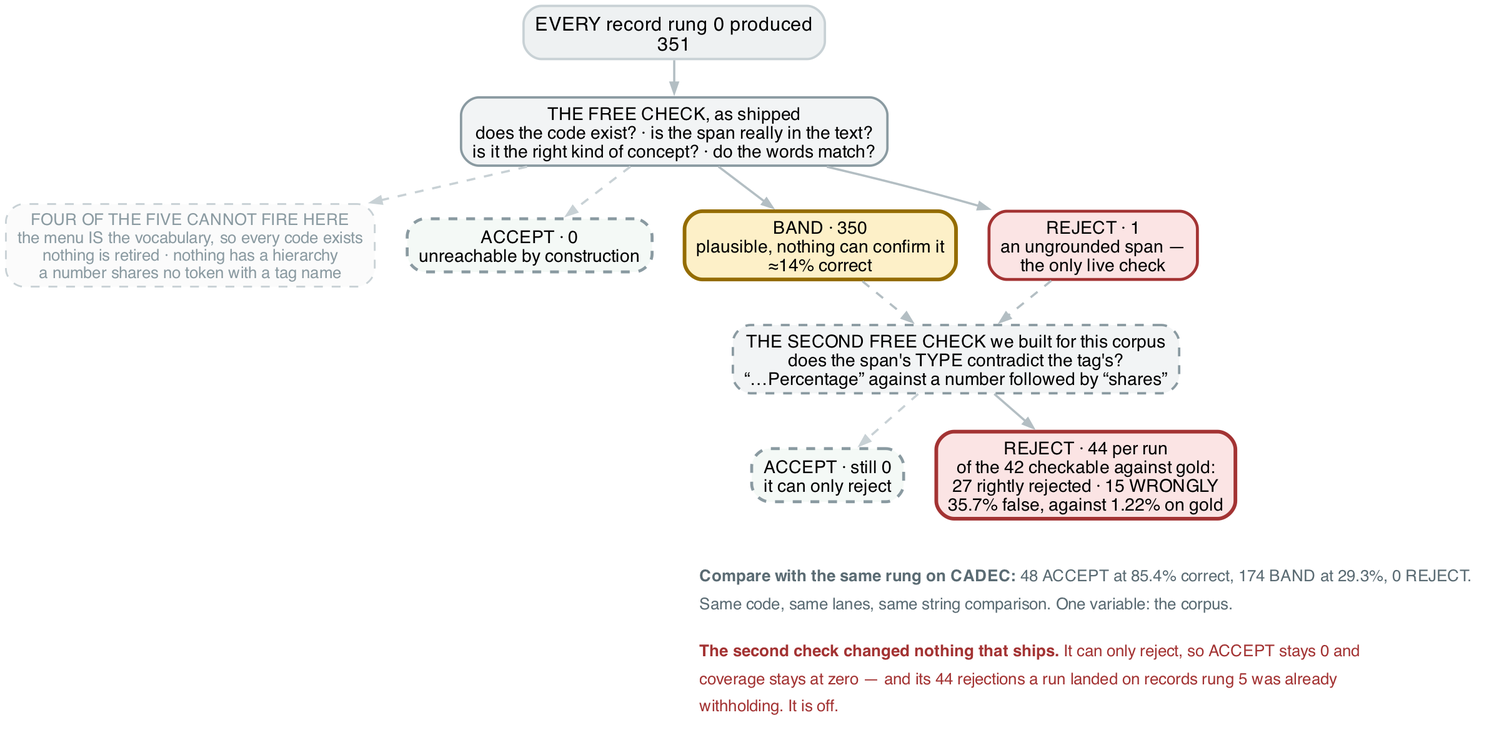
wbagais/reliability-ladder keeps this Graphviz diagram as docs/figures/fig15-rung1-finer.png. Above is the earlier version. Its source is kept beside it as docs/figures/fig15-rung1-finer.dot. Its diagram source:
```dot
digraph rung1_finer {
  rankdir=TB; bgcolor="white"; nodesep=0.30; ranksep=0.36;
  node [shape=box style="filled,rounded" fontname="Helvetica" fontsize=12
        color="#c8d1d5" penwidth=1.2];
  edge [color="#b3bec3" penwidth=1.5 arrowsize=0.7 fontname="Helvetica" fontsize=10];

  in [label="EVERY record rung 0 produced\n351" fillcolor="#eef1f2" fontsize=13 penwidth=1.6];

  chk [label="THE FREE CHECK, as shipped\ndoes the code exist? · is the span really in the text?\nis it the right kind of concept? · do the words match?"
       fillcolor="#f2f4f5" color="#8a9aa1" penwidth=1.6];
  vac [label="FOUR OF THE FIVE CANNOT FIRE HERE\nthe menu IS the vocabulary, so every code exists\nnothing is retired · nothing has a hierarchy\na number shares no token with a tag name"
       fillcolor="#fbfbfb" color="#c8d1d5" style="filled,rounded,dashed" fontcolor="#8a9aa1" fontsize=11];

  acc [label="ACCEPT · 0\nunreachable by construction" fillcolor="#f4f9f6" color="#8a9aa1"
       style="filled,rounded,dashed" penwidth=2];
  band[label="BAND · 350\nplausible, nothing can confirm it\n≈14% correct" fillcolor="#fdf0c8" color="#946c00" penwidth=2.5];
  rej [label="REJECT · 1\nan ungrounded span —\nthe only live check" fillcolor="#fbe4e4" color="#a33333" penwidth=2];

  add [label="THE SECOND FREE CHECK we built for this corpus\ndoes the span's TYPE contradict the tag's?\n“…Percentage” against a number followed by “shares”"
       fillcolor="#f2f4f5" color="#8a9aa1" penwidth=1.6 style="filled,rounded,dashed"];
  acc2[label="ACCEPT · still 0\nit can only reject" fillcolor="#f4f9f6" color="#8a9aa1"
       style="filled,rounded,dashed" penwidth=2];
  rej2[label="REJECT · 44 per run\nof the 42 checkable against gold:\n27 rightly rejected · 15 WRONGLY\n35.7% false, against 1.22% on gold"
       fillcolor="#fbe4e4" color="#a33333" penwidth=2.5];

  in -> chk; chk -> vac [style=dashed color="#c8d1d5"];
  chk -> acc [style=dashed color="#c8d1d5"]; chk -> band; chk -> rej;
  rej -> add [style=dashed]; band -> add [style=dashed];
  add -> acc2 [style=dashed color="#c8d1d5"]; add -> rej2;
  { rank=same; acc; band; rej }
  { rank=same; acc2; rej2 }

  note [shape=plaintext style="" fillcolor="white"
        label=<<TABLE BORDER="0" CELLBORDER="0" CELLSPACING="0" CELLPADDING="3">
        <TR><TD ALIGN="LEFT"><FONT POINT-SIZE="11" COLOR="#5a6b73"><B>Compare with the same rung on CADEC:</B> 48 ACCEPT at 85.4% correct, 174 BAND at 29.3%, 0 REJECT.</FONT></TD></TR>
        <TR><TD ALIGN="LEFT"><FONT POINT-SIZE="11" COLOR="#5a6b73">Same code, same lanes, same string comparison. One variable: the corpus.</FONT></TD></TR>
        <TR><TD ALIGN="LEFT"><FONT POINT-SIZE="8"> </FONT></TD></TR>
        <TR><TD ALIGN="LEFT"><FONT POINT-SIZE="11" COLOR="#a33333"><B>The second check changed nothing that ships.</B> It can only reject, so ACCEPT stays 0 and</FONT></TD></TR>
        <TR><TD ALIGN="LEFT"><FONT POINT-SIZE="11" COLOR="#a33333">coverage stays at zero — and its 44 rejections a run landed on records rung 5 was already</FONT></TD></TR>
        <TR><TD ALIGN="LEFT"><FONT POINT-SIZE="11" COLOR="#a33333">withholding. It is off.</FONT></TD></TR>
        </TABLE>>];
  rej2 -> note [style=invis];
}
```
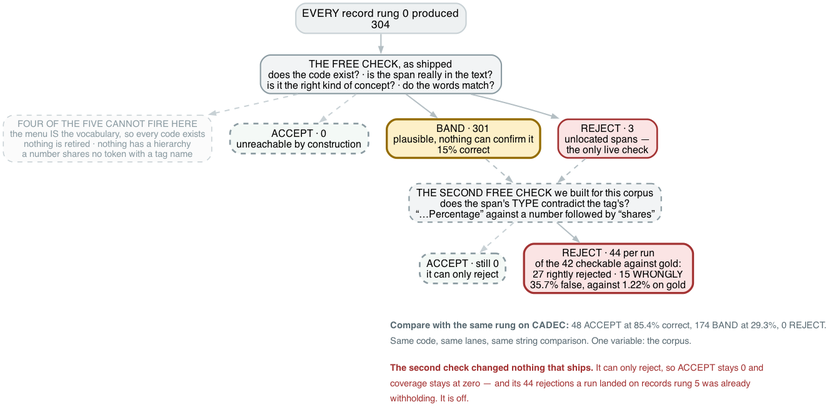
Above is the later version.

Diff of the diagram source:
```diff
@@ -4,7 +4,7 @@
         color="#c8d1d5" penwidth=1.2];
   edge [color="#b3bec3" penwidth=1.5 arrowsize=0.7 fontname="Helvetica" fontsize=10];
 
-  in [label="EVERY record rung 0 produced\n351" fillcolor="#eef1f2" fontsize=13 penwidth=1.6];
+  in [label="EVERY record rung 0 produced\n304" fillcolor="#eef1f2" fontsize=13 penwidth=1.6];
 
   chk [label="THE FREE CHECK, as shipped\ndoes the code exist? · is the span really in the text?\nis it the right kind of concept? · do the words match?"
        fillcolor="#f2f4f5" color="#8a9aa1" penwidth=1.6];
@@ -13,8 +13,8 @@
 
   acc [label="ACCEPT · 0\nunreachable by construction" fillcolor="#f4f9f6" color="#8a9aa1"
        style="filled,rounded,dashed" penwidth=2];
-  band[label="BAND · 350\nplausible, nothing can confirm it\n≈14% correct" fillcolor="#fdf0c8" color="#946c00" penwidth=2.5];
-  rej [label="REJECT · 1\nan ungrounded span —\nthe only live check" fillcolor="#fbe4e4" color="#a33333" penwidth=2];
+  band[label="BAND · 301\nplausible, nothing can confirm it\n15% correct" fillcolor="#fdf0c8" color="#946c00" penwidth=2.5];
+  rej [label="REJECT · 3\nunlocated spans —\nthe only live check" fillcolor="#fbe4e4" color="#a33333" penwidth=2];
 
   add [label="THE SECOND FREE CHECK we built for this corpus\ndoes the span's TYPE contradict the tag's?\n“…Percentage” against a number followed by “shares”"
        fillcolor="#f2f4f5" color="#8a9aa1" penwidth=1.6 style="filled,rounded,dashed"];
```
